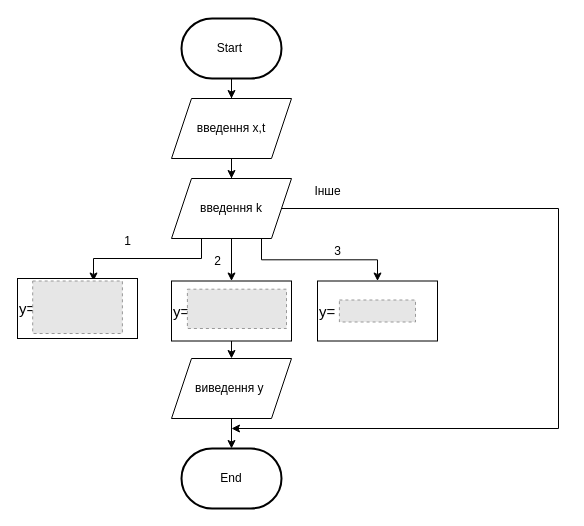
Above: lab7.drawio in LikOfTheLichKing/lab_1 (draw.io), before the change. Source tidied: cells renumbered, new cells numbered last; positions are measured from the earlier drawing's top-left corner, leaving out a move shared by most shapes. Both pictures are drawn from the tidied source at 100%, with x=0, y=0 at pixel (17, 18). Pictures stored in the file or linked from it are replaced by grey dashed boxes.
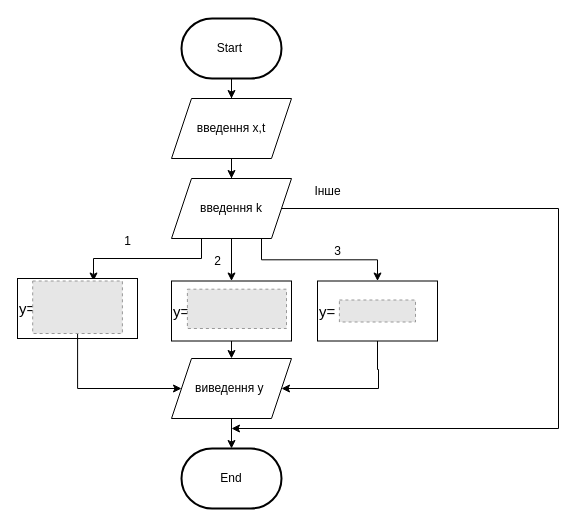
The same diagram, later.

The change refers to these unchanged cells:
```xml
<mxCell id="11" style="fillColor=#E6E6E6;strokeColor=#999999;dashed=1;verticalLabelPosition=bottom;labelBackgroundColor=default;verticalAlign=top;" parent="1" vertex="1">
  <mxGeometry x="15.2" y="262.5" width="89.7" height="52.5" as="geometry" />
</mxCell>
<mxCell id="14" value="&lt;font style=&quot;font-size: 15px;&quot;&gt;y=&lt;/font&gt;" style="rounded=0;whiteSpace=wrap;html=1;align=left;" parent="1" vertex="1">
  <mxGeometry x="300" y="262.5" width="120" height="60" as="geometry" />
</mxCell>
<mxCell id="23" value="виведення y&amp;nbsp;" style="shape=parallelogram;perimeter=parallelogramPerimeter;whiteSpace=wrap;html=1;fixedSize=1;" parent="1" vertex="1">
  <mxGeometry x="154" y="340" width="120" height="60" as="geometry" />
</mxCell>
```

The edit, as a diff of the source:
```diff
@@
+    <mxCell id="25" style="edgeStyle=orthogonalEdgeStyle;rounded=0;jettySize=auto;html=1;entryX=0;entryY=0.5;entryDx=0;entryDy=0;" parent="1" edge="1" source="11" target="23">
+      <mxGeometry relative="1" as="geometry">
+        <Array as="points">
+          <mxPoint x="60" y="370" />
+        </Array>
+      </mxGeometry>
+    </mxCell>
@@
+    <mxCell id="26" style="edgeStyle=orthogonalEdgeStyle;rounded=0;jettySize=auto;html=1;entryX=1;entryY=0.5;entryDx=0;entryDy=0;" parent="1" edge="1" source="14" target="23">
+      <mxGeometry relative="1" as="geometry">
+        <Array as="points">
+          <mxPoint x="360" y="351" />
+          <mxPoint x="361" y="351" />
+          <mxPoint x="361" y="370" />
+        </Array>
+      </mxGeometry>
+    </mxCell>
```
